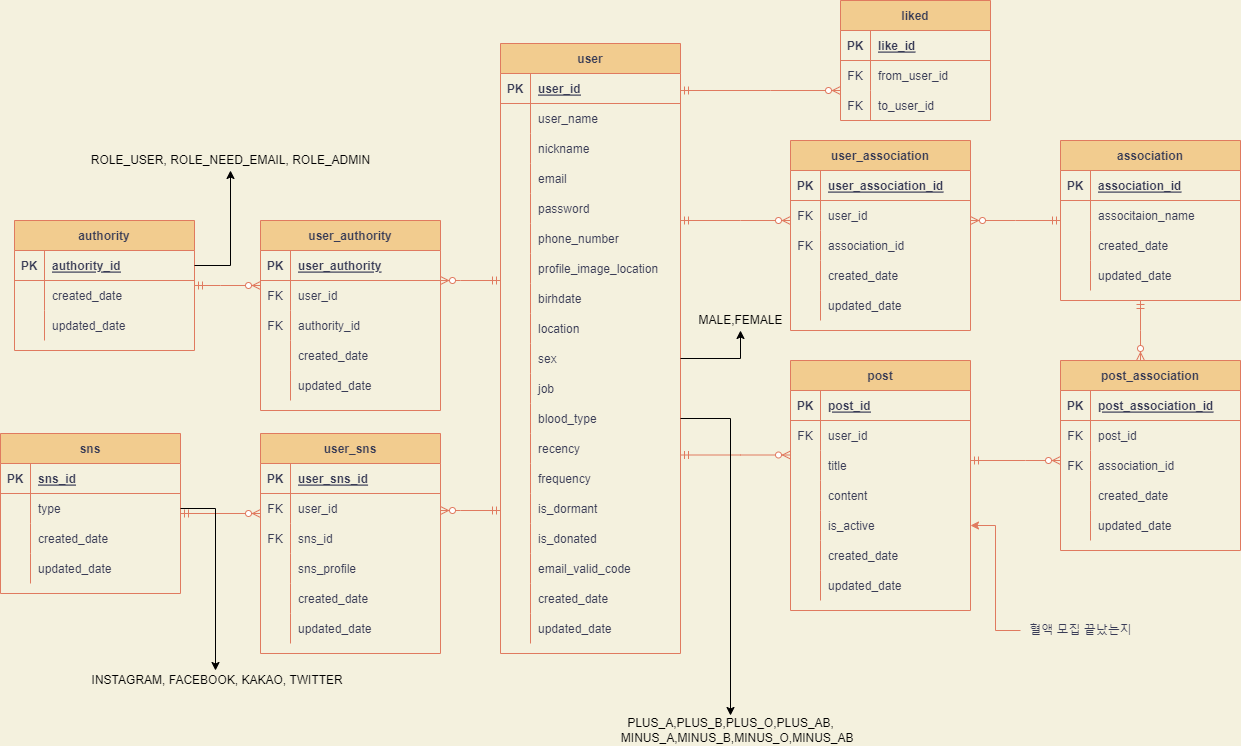
This is Untitled Diagram.drawio.png from CYC0227/lab, a draw.io export, as it was before one commit. Source tidied: cells renumbered, new cells last; positions are measured from the earlier drawing's top-left corner, leaving out a move shared by most shapes.
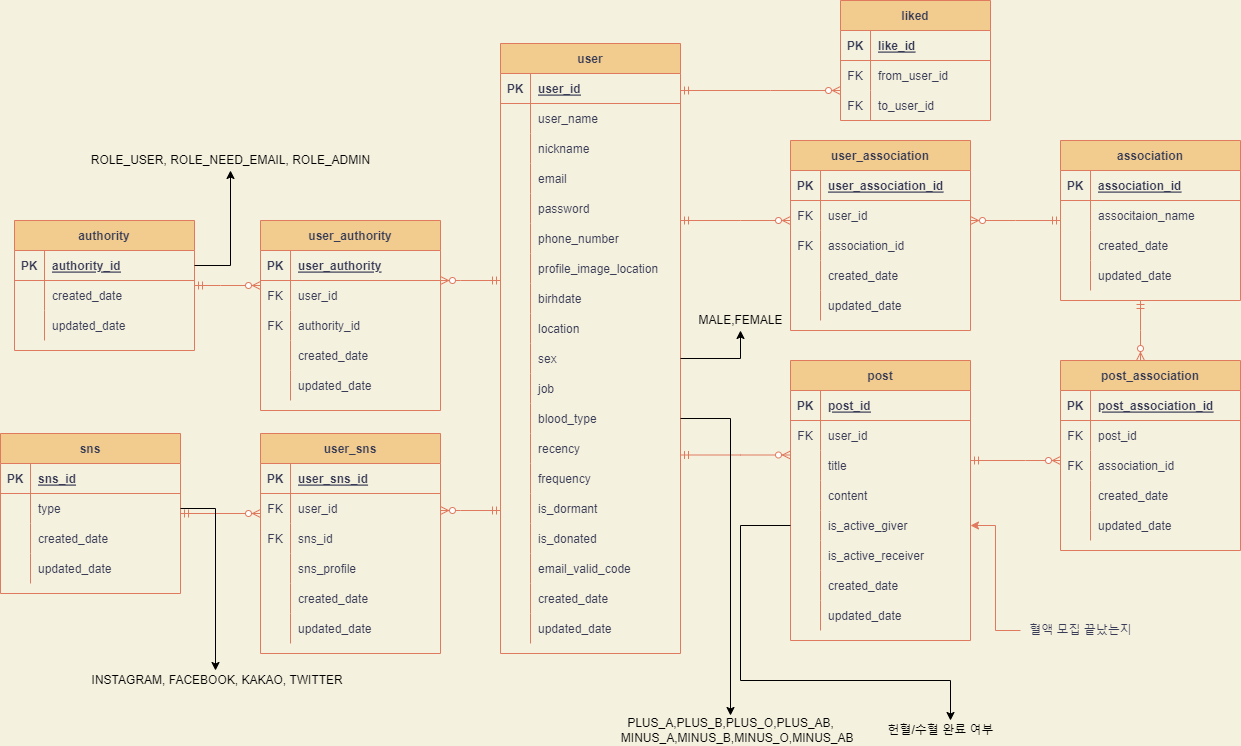
Later version of the same file.

What changed in the source:
```diff
@@ -279,7 +279,7 @@
       </mxGeometry>
     </mxCell>
     <mxCell id="91" value="post" style="shape=table;startSize=30;rowLines=0;fontStyle=1;align=center;fillColor=#F2CC8F;strokeColor=#E07A5F;fontColor=#393C56;" parent="1" vertex="1">
-      <mxGeometry x="790" y="360" width="180" height="250" as="geometry" />
+      <mxGeometry x="790" y="360" width="180" height="280" as="geometry" />
     </mxCell>
     <mxCell id="92" style="shape=partialRectangle;fillColor=none;top=0;left=0;bottom=1;right=0;strokeColor=#E07A5F;fontColor=#393C56;" parent="91" vertex="1">
       <mxGeometry y="30" width="180" height="30" as="geometry" />
@@ -323,11 +323,20 @@
     <mxCell id="105" style="shape=partialRectangle;fillColor=none;top=0;left=0;bottom=0;right=0;overflow=hidden;strokeColor=#E07A5F;fontColor=#393C56;" parent="104" vertex="1">
       <mxGeometry width="30" height="30" as="geometry" />
     </mxCell>
-    <mxCell id="106" value="is_active" style="shape=partialRectangle;fillColor=none;top=0;left=0;bottom=0;right=0;align=left;spacingLeft=6;overflow=hidden;strokeColor=#E07A5F;fontColor=#393C56;" parent="104" vertex="1">
+    <mxCell id="106" value="is_active_giver" style="shape=partialRectangle;fillColor=none;top=0;left=0;bottom=0;right=0;align=left;spacingLeft=6;overflow=hidden;strokeColor=#E07A5F;fontColor=#393C56;" parent="104" vertex="1">
       <mxGeometry x="30" width="150" height="30" as="geometry" />
     </mxCell>
+    <mxCell id="215" style="shape=partialRectangle;fillColor=none;top=0;left=0;bottom=0;right=0;strokeColor=#E07A5F;fontColor=#393C56;" parent="91" vertex="1">
+      <mxGeometry y="180" width="180" height="30" as="geometry" />
+    </mxCell>
+    <mxCell id="216" style="shape=partialRectangle;fillColor=none;top=0;left=0;bottom=0;right=0;overflow=hidden;strokeColor=#E07A5F;fontColor=#393C56;" parent="215" vertex="1">
+      <mxGeometry width="30" height="30" as="geometry" />
+    </mxCell>
+    <mxCell id="217" value="is_active_receiver" style="shape=partialRectangle;fillColor=none;top=0;left=0;bottom=0;right=0;align=left;spacingLeft=6;overflow=hidden;strokeColor=#E07A5F;fontColor=#393C56;" parent="215" vertex="1">
+      <mxGeometry x="30" width="150" height="30" as="geometry" />
+    </mxCell>
     <mxCell id="107" style="shape=partialRectangle;fillColor=none;top=0;left=0;bottom=0;right=0;strokeColor=#E07A5F;fontColor=#393C56;" parent="91" vertex="1">
-      <mxGeometry y="180" width="180" height="30" as="geometry" />
+      <mxGeometry y="210" width="180" height="30" as="geometry" />
     </mxCell>
     <mxCell id="108" style="shape=partialRectangle;fillColor=none;top=0;left=0;bottom=0;right=0;overflow=hidden;strokeColor=#E07A5F;fontColor=#393C56;" parent="107" vertex="1">
       <mxGeometry width="30" height="30" as="geometry" />
@@ -336,7 +345,7 @@
       <mxGeometry x="30" width="150" height="30" as="geometry" />
     </mxCell>
     <mxCell id="110" style="shape=partialRectangle;fillColor=none;top=0;left=0;bottom=0;right=0;strokeColor=#E07A5F;fontColor=#393C56;" parent="91" vertex="1">
-      <mxGeometry y="210" width="180" height="30" as="geometry" />
+      <mxGeometry y="240" width="180" height="30" as="geometry" />
     </mxCell>
     <mxCell id="111" style="shape=partialRectangle;fillColor=none;top=0;left=0;bottom=0;right=0;overflow=hidden;strokeColor=#E07A5F;fontColor=#393C56;" parent="110" vertex="1">
       <mxGeometry width="30" height="30" as="geometry" />
@@ -698,5 +707,17 @@
     <mxCell id="214" value="ROLE_USER, ROLE_NEED_EMAIL, ROLE_ADMIN&lt;br&gt;" style="text;html=1;align=center;verticalAlign=middle;points=[];strokeColor=none;fillColor=none;" parent="1" vertex="1">
       <mxGeometry x="85" y="150" width="290" height="20" as="geometry" />
     </mxCell>
+    <mxCell id="218" style="edgeStyle=orthogonalEdgeStyle;rounded=0;jettySize=auto;html=1;" parent="1" edge="1" source="104" target="219">
+      <mxGeometry relative="1" as="geometry">
+        <Array as="points">
+          <mxPoint x="740" y="525" />
+          <mxPoint x="740" y="680" />
+          <mxPoint x="950" y="680" />
+        </Array>
+      </mxGeometry>
+    </mxCell>
+    <mxCell id="219" value="헌혈/수혈 완료 여부" style="text;html=1;align=center;verticalAlign=middle;points=[];strokeColor=none;fillColor=none;" parent="1" vertex="1">
+      <mxGeometry x="880" y="720" width="120" height="20" as="geometry" />
+    </mxCell>
   </root>
 </mxGraphModel>
```
